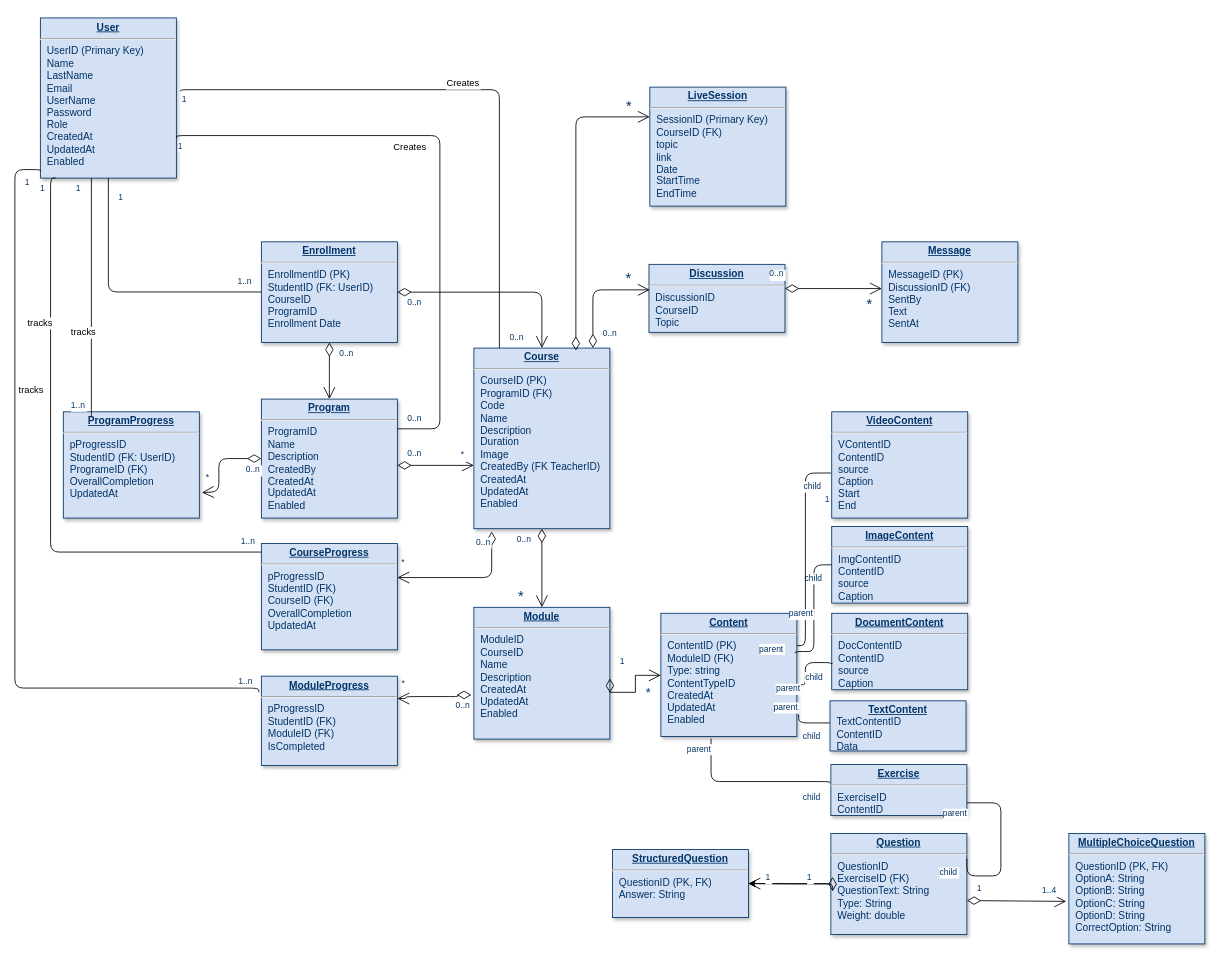
The draw.io diagram Database.drawio in kingshowa/PFE_E-learning, before the edit. Source tidied: cells renumbered, new cells numbered last; positions are measured from the earlier drawing's top-left corner, leaving out a move shared by most shapes. Both pictures are drawn from the tidied source at 85%, with x=0, y=0 at pixel (14, 18).
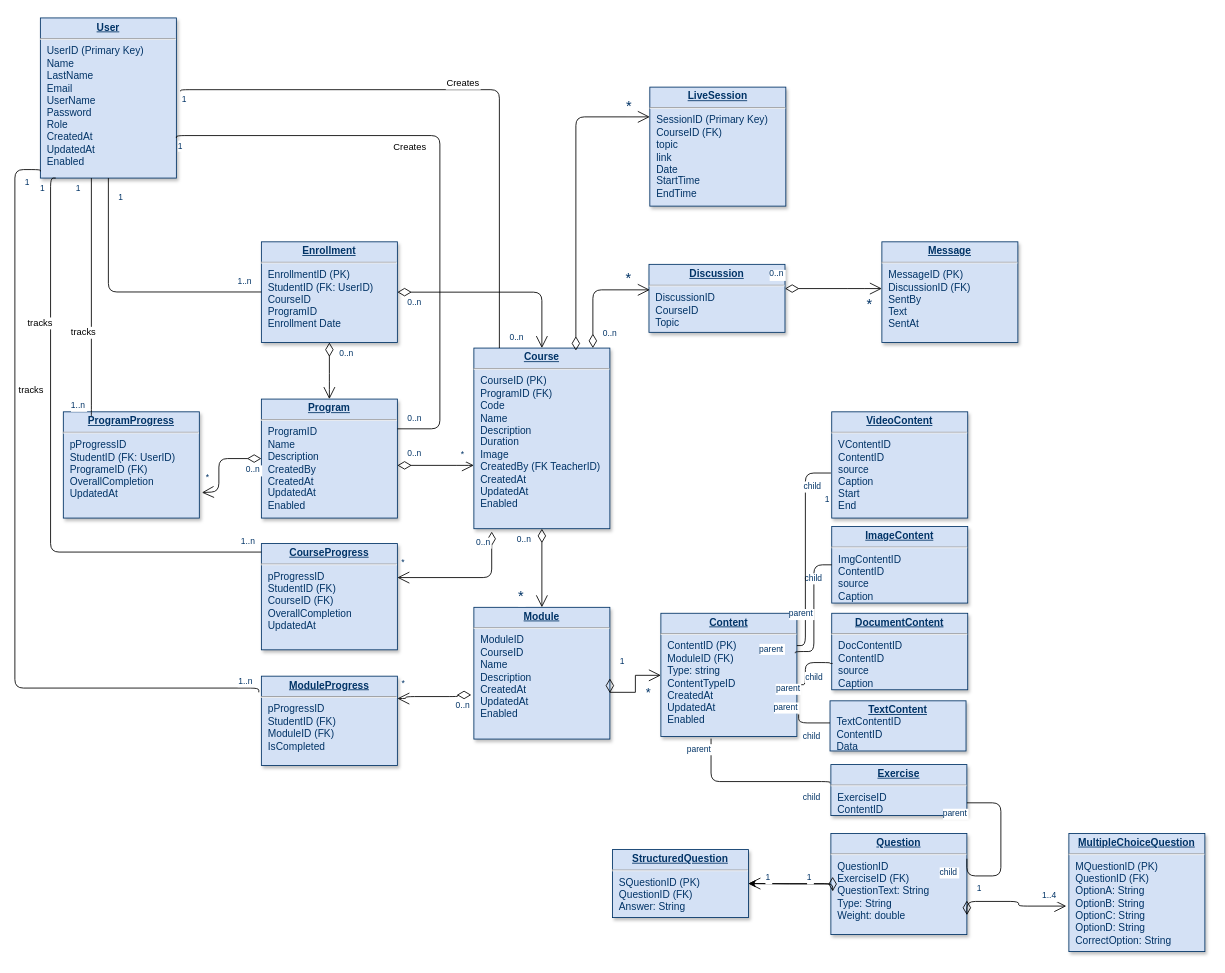
The same page after the edit.

Diff of the diagram source:
```diff
@@
-    <mxCell id="65" value="&lt;p style=&quot;margin: 0px; margin-top: 4px; text-align: center; text-decoration: underline;&quot;&gt;&lt;b&gt;MultipleChoiceQuestion&lt;/b&gt;&lt;/p&gt;&lt;hr&gt;&lt;p style=&quot;margin: 0px; margin-left: 8px;&quot;&gt;QuestionID&lt;span style=&quot;background-color: initial;&quot;&gt;&amp;nbsp;(PK, FK)&lt;/span&gt;&lt;/p&gt;&lt;p style=&quot;margin: 0px; margin-left: 8px;&quot;&gt;OptionA: String&lt;/p&gt;&lt;p style=&quot;margin: 0px; margin-left: 8px;&quot;&gt;OptionB: String&lt;br&gt;&lt;/p&gt;&lt;p style=&quot;margin: 0px; margin-left: 8px;&quot;&gt;OptionC: String&lt;br&gt;&lt;/p&gt;&lt;p style=&quot;margin: 0px; margin-left: 8px;&quot;&gt;OptionD: String&lt;br&gt;&lt;/p&gt;&lt;p style=&quot;margin: 0px; margin-left: 8px;&quot;&gt;CorrectOption: String&lt;/p&gt;" style="verticalAlign=top;align=left;overflow=fill;fontSize=12;fontFamily=Helvetica;html=1;strokeColor=#003366;shadow=1;fillColor=#D4E1F5;fontColor=#003366;" parent="1" vertex="1">
-      <mxGeometry x="1240" y="959" width="160" height="130" as="geometry" />
+    <mxCell id="65" value="&lt;p style=&quot;margin: 0px; margin-top: 4px; text-align: center; text-decoration: underline;&quot;&gt;&lt;b&gt;MultipleChoiceQuestion&lt;/b&gt;&lt;/p&gt;&lt;hr&gt;&lt;p style=&quot;margin: 0px 0px 0px 8px;&quot;&gt;MQuestionID (PK)&lt;/p&gt;&lt;p style=&quot;margin: 0px 0px 0px 8px;&quot;&gt;QuestionID&amp;nbsp;&lt;span style=&quot;background-color: initial;&quot;&gt;(FK)&lt;/span&gt;&lt;/p&gt;&lt;p style=&quot;margin: 0px; margin-left: 8px;&quot;&gt;OptionA: String&lt;/p&gt;&lt;p style=&quot;margin: 0px; margin-left: 8px;&quot;&gt;OptionB: String&lt;br&gt;&lt;/p&gt;&lt;p style=&quot;margin: 0px; margin-left: 8px;&quot;&gt;OptionC: String&lt;br&gt;&lt;/p&gt;&lt;p style=&quot;margin: 0px; margin-left: 8px;&quot;&gt;OptionD: String&lt;br&gt;&lt;/p&gt;&lt;p style=&quot;margin: 0px; margin-left: 8px;&quot;&gt;CorrectOption: String&lt;/p&gt;" style="verticalAlign=top;align=left;overflow=fill;fontSize=12;fontFamily=Helvetica;html=1;strokeColor=#003366;shadow=1;fillColor=#D4E1F5;fontColor=#003366;" parent="1" vertex="1">
+      <mxGeometry x="1240" y="959" width="160" height="139" as="geometry" />
     </mxCell>
-    <mxCell id="66" value="&lt;p style=&quot;margin: 0px; margin-top: 4px; text-align: center; text-decoration: underline;&quot;&gt;&lt;b&gt;StructuredQuestion&lt;/b&gt;&lt;/p&gt;&lt;hr&gt;&lt;p style=&quot;margin: 0px; margin-left: 8px;&quot;&gt;QuestionID&amp;nbsp;&lt;span style=&quot;background-color: initial;&quot;&gt;(PK, FK)&lt;/span&gt;&lt;/p&gt;&lt;p style=&quot;margin: 0px; margin-left: 8px;&quot;&gt;Answer: String&lt;/p&gt;" style="verticalAlign=top;align=left;overflow=fill;fontSize=12;fontFamily=Helvetica;html=1;strokeColor=#003366;shadow=1;fillColor=#D4E1F5;fontColor=#003366;" parent="1" vertex="1">
+    <mxCell id="66" value="&lt;p style=&quot;margin: 0px; margin-top: 4px; text-align: center; text-decoration: underline;&quot;&gt;&lt;b&gt;StructuredQuestion&lt;/b&gt;&lt;/p&gt;&lt;hr&gt;&lt;p style=&quot;margin: 0px; margin-left: 8px;&quot;&gt;SQuestionID (PK)&lt;/p&gt;&lt;p style=&quot;margin: 0px; margin-left: 8px;&quot;&gt;QuestionID&amp;nbsp;&lt;span style=&quot;background-color: initial;&quot;&gt;(FK)&lt;/span&gt;&lt;/p&gt;&lt;p style=&quot;margin: 0px; margin-left: 8px;&quot;&gt;Answer: String&lt;/p&gt;" style="verticalAlign=top;align=left;overflow=fill;fontSize=12;fontFamily=Helvetica;html=1;strokeColor=#003366;shadow=1;fillColor=#D4E1F5;fontColor=#003366;" parent="1" vertex="1">
       <mxGeometry x="703" y="978" width="160" height="80" as="geometry" />
     </mxCell>
     <mxCell id="67" style="endArrow=open;endSize=12;startArrow=diamondThin;startSize=14;startFill=0;edgeStyle=orthogonalEdgeStyle;entryX=-0.019;entryY=0.615;entryDx=0;entryDy=0;entryPerimeter=0;" parent="1" edge="1" target="65">
       <mxGeometry x="519.4" y="200" as="geometry">
         <mxPoint x="1120" y="1038" as="sourcePoint" />
+        <Array as="points">
+          <mxPoint x="1120" y="1039" />
+          <mxPoint x="1181" y="1039" />
+          <mxPoint x="1181" y="1045" />
+        </Array>
       </mxGeometry>
     </mxCell>
```
